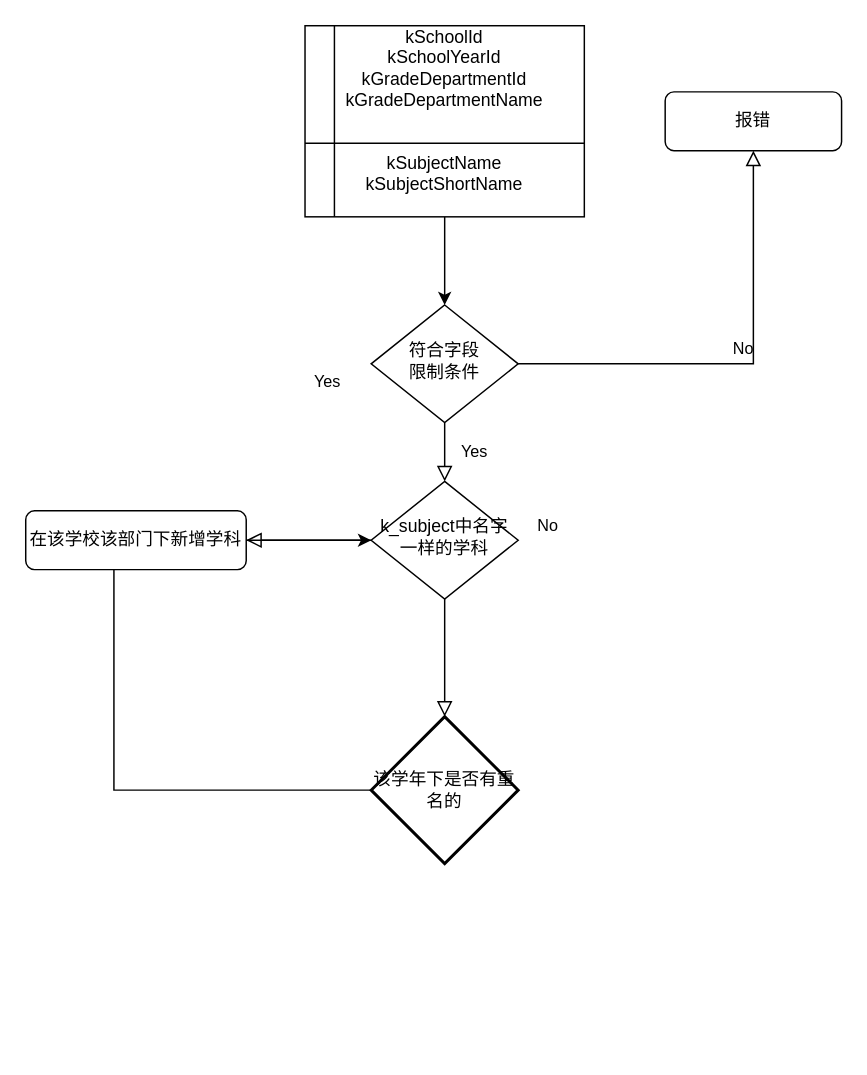
This is 未命名绘图.drawio from 2512009765/diagrams2, a draw.io file, before an edit. Source tidied: cells renumbered, new cells numbered last; positions are measured from the earlier drawing's top-left corner, leaving out a move shared by most shapes. Both pictures are drawn from the tidied source at 147%, with x=0, y=0 at pixel (25, 25).
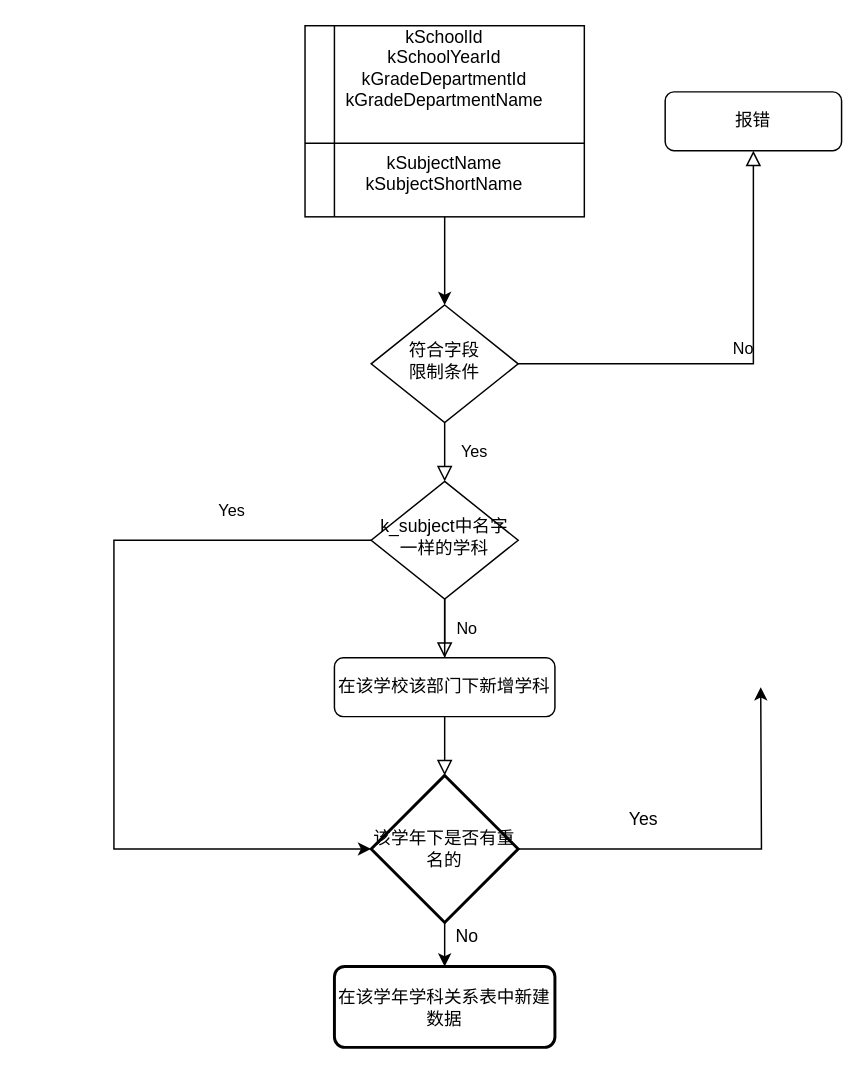
Above is the later version.

Unchanged cells that the change refers to:
```xml
<mxCell id="8" value="k_subject中名字一样的学科&lt;br&gt;" style="rhombus;whiteSpace=wrap;html=1;shadow=0;fontFamily=Helvetica;fontSize=12;align=center;strokeWidth=1;spacing=6;spacingTop=-4;" parent="1" vertex="1">
  <mxGeometry x="235" y="310" width="100" height="80" as="geometry" />
</mxCell>
```

What changed in the source:
```diff
@@
     <mxCell id="6" value="No" style="rounded=0;html=1;jettySize=auto;fontSize=11;endArrow=block;endFill=0;endSize=8;strokeWidth=1;shadow=0;labelBackgroundColor=none;edgeStyle=orthogonalEdgeStyle;" parent="1" edge="1" source="8" target="14">
-      <mxGeometry x="-1" y="86" relative="1" as="geometry">
-        <mxPoint x="-16" y="-50" as="offset" />
-      </mxGeometry>
+      <mxGeometry x="-0.67" y="15" relative="1" as="geometry" />
     </mxCell>
     <mxCell id="7" value="Yes" style="edgeStyle=orthogonalEdgeStyle;rounded=0;html=1;jettySize=auto;fontSize=11;endArrow=block;endFill=0;endSize=8;strokeWidth=1;shadow=0;labelBackgroundColor=none;" parent="1" edge="1" source="8" target="11">
-      <mxGeometry x="-1" y="-104" relative="1" as="geometry">
-        <mxPoint x="-30" y="-4" as="offset" />
+      <mxGeometry x="-1" y="-157" relative="1" as="geometry">
+        <mxPoint x="12" y="-60" as="offset" />
       </mxGeometry>
     </mxCell>
@@
-    <mxCell id="9" style="edgeStyle=orthogonalEdgeStyle;rounded=0;jettySize=auto;html=1;" parent="1" edge="1" source="11" target="8">
-      <mxGeometry relative="1" as="geometry" />
-    </mxCell>
-    <mxCell id="10" style="edgeStyle=orthogonalEdgeStyle;rounded=0;jettySize=auto;html=1;entryX=1;entryY=0.5;entryDx=0;entryDy=0;entryPerimeter=0;" parent="1" edge="1" source="11" target="14">
+    <mxCell id="10" style="edgeStyle=orthogonalEdgeStyle;rounded=0;jettySize=auto;html=1;entryX=0;entryY=0.5;entryDx=0;entryDy=0;entryPerimeter=0;exitX=0;exitY=0.5;exitDx=0;exitDy=0;" parent="1" edge="1" source="8" target="14">
       <mxGeometry relative="1" as="geometry">
         <Array as="points">
-          <mxPoint x="60" y="520" />
+          <mxPoint x="60" y="350" />
+          <mxPoint x="60" y="560" />
         </Array>
       </mxGeometry>
     </mxCell>
     <mxCell id="11" value="在该学校该部门下新增学科&lt;br&gt;" style="rounded=1;whiteSpace=wrap;html=1;fontSize=12;glass=0;strokeWidth=1;shadow=0;" parent="1" vertex="1">
-      <mxGeometry y="330" width="150" height="40" as="geometry" />
+      <mxGeometry x="210" y="430" width="150" height="40" as="geometry" />
     </mxCell>
@@
+    <mxCell id="15" style="edgeStyle=orthogonalEdgeStyle;rounded=0;jettySize=auto;html=1;entryX=0.5;entryY=0;entryDx=0;entryDy=0;" parent="1" edge="1" source="14" target="17">
+      <mxGeometry relative="1" as="geometry" />
+    </mxCell>
+    <mxCell id="16" style="edgeStyle=orthogonalEdgeStyle;rounded=0;jettySize=auto;html=1;" parent="1" edge="1" source="14">
+      <mxGeometry relative="1" as="geometry">
+        <mxPoint x="500" y="450" as="targetPoint" />
+      </mxGeometry>
+    </mxCell>
     <mxCell id="14" value="该学年下是否有重名的&lt;br&gt;" style="strokeWidth=2;html=1;shape=mxgraph.flowchart.decision;whiteSpace=wrap;" parent="1" vertex="1">
-      <mxGeometry x="235" y="470" width="100" height="100" as="geometry" />
+      <mxGeometry x="235" y="510" width="100" height="100" as="geometry" />
     </mxCell>
+    <mxCell id="17" value="在该学年学科关系表中新建数据&lt;br&gt;" style="rounded=1;whiteSpace=wrap;html=1;absoluteArcSize=1;arcSize=14;strokeWidth=2;" parent="1" vertex="1">
+      <mxGeometry x="210" y="640" width="150" height="55" as="geometry" />
+    </mxCell>
+    <mxCell id="18" value="Yes" style="text;html=1;align=center;verticalAlign=middle;" parent="1" vertex="1">
+      <mxGeometry x="400" y="530" width="40" height="20" as="geometry" />
+    </mxCell>
+    <mxCell id="19" value="No" style="text;html=1;align=center;verticalAlign=middle;" parent="1" vertex="1">
+      <mxGeometry x="285" y="610" width="30" height="20" as="geometry" />
+    </mxCell>
```
